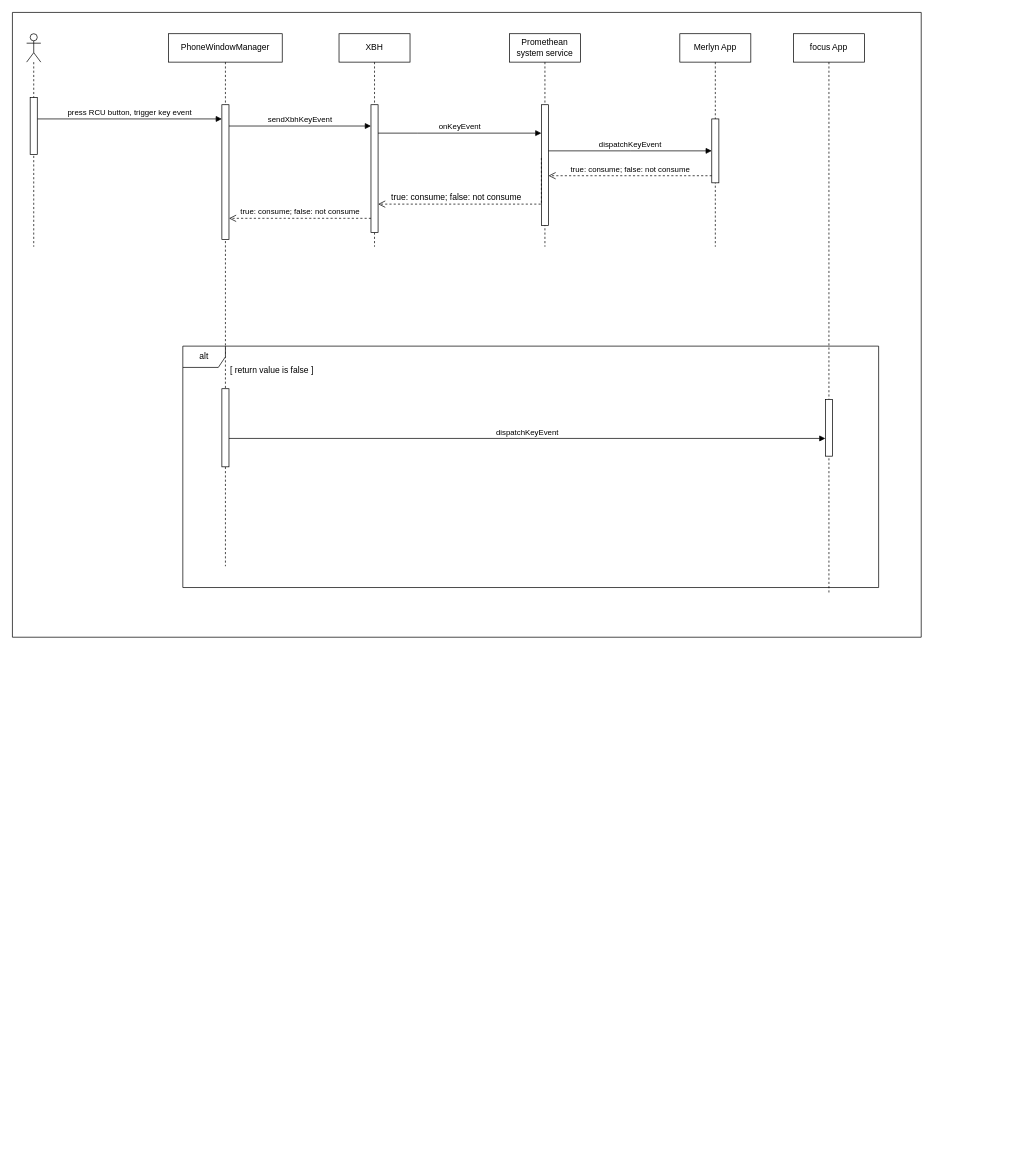
Earlier version of the draw.io diagram prometheanworld_RCU.drawio (windboat/draw.io). Source tidied: cells renumbered, new cells numbered last; positions are measured from the earlier drawing's top-left corner, leaving out a move shared by most shapes. Both pictures are drawn from the tidied source at 71%, with x=0, y=0 at pixel (12, 12).
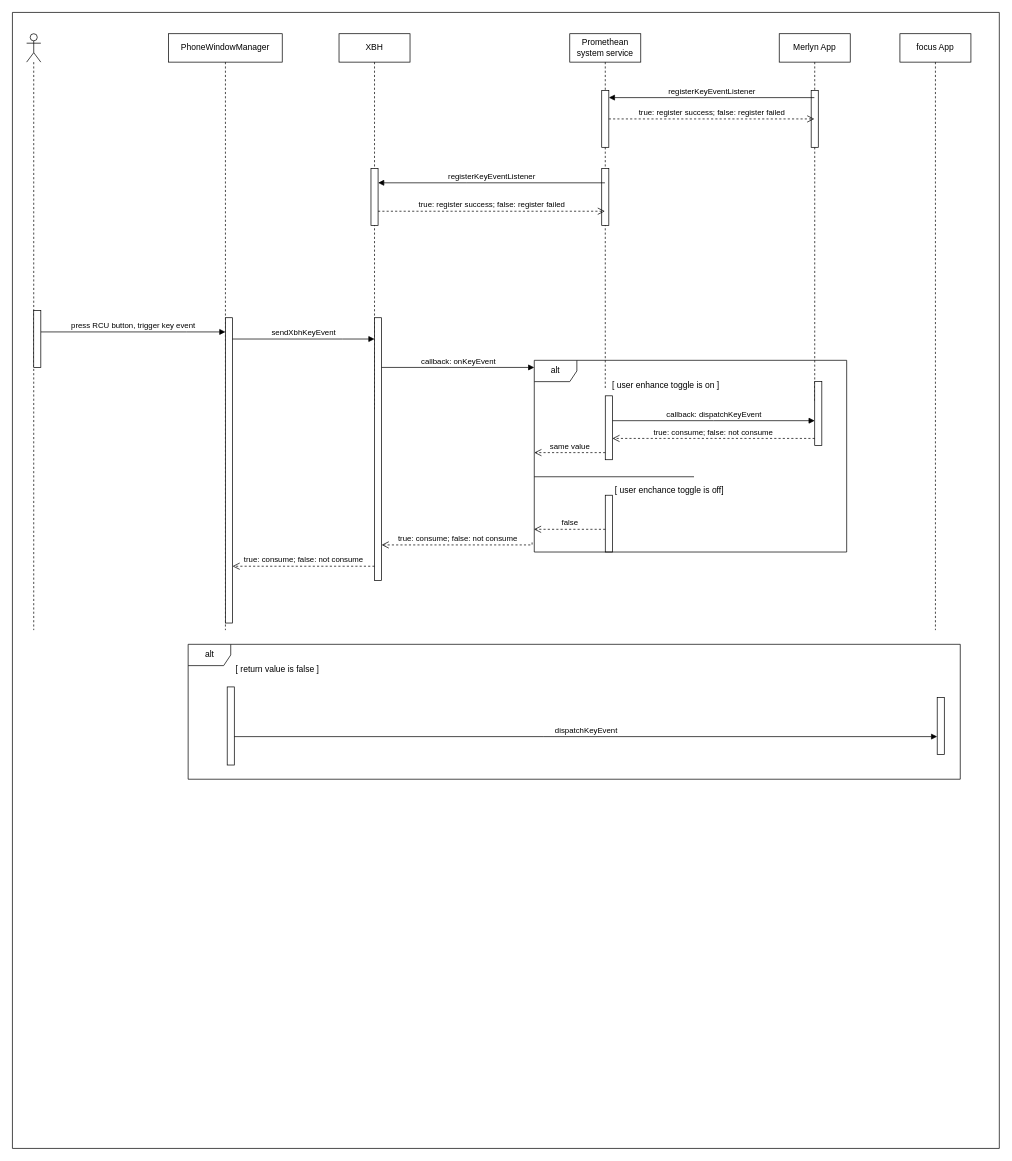
The same page after the edit.

Diff of the diagram source:
```diff
@@
     <mxCell id="2" value="PhoneWindowManager" style="shape=umlLifeline;perimeter=lifelinePerimeter;whiteSpace=wrap;html=1;newEdgeStyle={&quot;edgeStyle&quot;:&quot;elbowEdgeStyle&quot;,&quot;elbow&quot;:&quot;vertical&quot;,&quot;curved&quot;:0,&quot;rounded&quot;:0};" parent="1" vertex="1">
-      <mxGeometry x="220" y="30" width="160" height="750" as="geometry" />
+      <mxGeometry x="220" y="30" width="160" height="840" as="geometry" />
     </mxCell>
+    <mxCell id="4" style="shape=umlLifeline;perimeter=lifelinePerimeter;whiteSpace=wrap;html=1;outlineConnect=0;portConstraint=eastwest;newEdgeStyle={&quot;edgeStyle&quot;:&quot;elbowEdgeStyle&quot;,&quot;elbow&quot;:&quot;vertical&quot;,&quot;curved&quot;:0,&quot;rounded&quot;:0};participant=umlActor;" parent="1" vertex="1">
+      <mxGeometry x="20" y="30" width="20" height="840" as="geometry" />
+    </mxCell>
+    <mxCell id="8" value="XBH" style="shape=umlLifeline;perimeter=lifelinePerimeter;whiteSpace=wrap;html=1;newEdgeStyle={&quot;edgeStyle&quot;:&quot;elbowEdgeStyle&quot;,&quot;elbow&quot;:&quot;vertical&quot;,&quot;curved&quot;:0,&quot;rounded&quot;:0};" parent="1" vertex="1">
+      <mxGeometry x="460" y="30" width="100" height="530" as="geometry" />
+    </mxCell>
+    <mxCell id="28" style="html=1;points=[];perimeter=orthogonalPerimeter;outlineConnect=0;targetShapes=umlLifeline;portConstraint=eastwest;newEdgeStyle={&quot;edgeStyle&quot;:&quot;elbowEdgeStyle&quot;,&quot;elbow&quot;:&quot;vertical&quot;,&quot;curved&quot;:0,&quot;rounded&quot;:0};fillStyle=auto;strokeColor=default;gradientColor=none;" parent="8" vertex="1">
+      <mxGeometry x="45" y="190" width="10" height="80" as="geometry" />
+    </mxCell>
+    <mxCell id="19" value="focus App" style="shape=umlLifeline;perimeter=lifelinePerimeter;whiteSpace=wrap;html=1;newEdgeStyle={&quot;edgeStyle&quot;:&quot;elbowEdgeStyle&quot;,&quot;elbow&quot;:&quot;vertical&quot;,&quot;curved&quot;:0,&quot;rounded&quot;:0};" parent="1" vertex="1">
+      <mxGeometry x="1250" y="30" width="100" height="840" as="geometry" />
+    </mxCell>
+    <mxCell id="27" style="swimlane;startSize=0;fillStyle=auto;strokeColor=default;gradientColor=default;" parent="1" vertex="1">
+      <mxGeometry width="1390" height="1600" as="geometry" />
+    </mxCell>
+    <mxCell id="13" value="Promethean system service" style="shape=umlLifeline;perimeter=lifelinePerimeter;whiteSpace=wrap;html=1;outlineConnect=0;portConstraint=eastwest;newEdgeStyle={&quot;edgeStyle&quot;:&quot;elbowEdgeStyle&quot;,&quot;elbow&quot;:&quot;vertical&quot;,&quot;curved&quot;:0,&quot;rounded&quot;:0};" parent="27" vertex="1">
+      <mxGeometry x="785" y="30" width="100" height="500" as="geometry" />
+    </mxCell>
+    <mxCell id="29" style="html=1;points=[];perimeter=orthogonalPerimeter;outlineConnect=0;targetShapes=umlLifeline;portConstraint=eastwest;newEdgeStyle={&quot;edgeStyle&quot;:&quot;elbowEdgeStyle&quot;,&quot;elbow&quot;:&quot;vertical&quot;,&quot;curved&quot;:0,&quot;rounded&quot;:0};fillStyle=auto;strokeColor=default;gradientColor=none;" parent="13" vertex="1">
+      <mxGeometry x="45" y="80" width="10" height="80" as="geometry" />
+    </mxCell>
+    <mxCell id="30" style="html=1;perimeter=orthogonalPerimeter;targetShapes=umlLifeline;newEdgeStyle={&quot;edgeStyle&quot;:&quot;elbowEdgeStyle&quot;,&quot;elbow&quot;:&quot;vertical&quot;,&quot;curved&quot;:0,&quot;rounded&quot;:0};fillStyle=auto;strokeColor=default;gradientColor=none;" parent="13" vertex="1">
+      <mxGeometry x="45" y="190" width="10" height="80" as="geometry" />
+    </mxCell>
+    <mxCell id="17" value="Merlyn App" style="shape=umlLifeline;perimeter=lifelinePerimeter;whiteSpace=wrap;html=1;outlineConnect=0;portConstraint=eastwest;newEdgeStyle={&quot;edgeStyle&quot;:&quot;elbowEdgeStyle&quot;,&quot;elbow&quot;:&quot;vertical&quot;,&quot;curved&quot;:0,&quot;rounded&quot;:0};" parent="27" vertex="1">
+      <mxGeometry x="1080" y="30" width="100" height="520" as="geometry" />
+    </mxCell>
+    <mxCell id="31" style="html=1;perimeter=orthogonalPerimeter;targetShapes=umlLifeline;newEdgeStyle={&quot;edgeStyle&quot;:&quot;elbowEdgeStyle&quot;,&quot;elbow&quot;:&quot;vertical&quot;,&quot;curved&quot;:0,&quot;rounded&quot;:0};fillStyle=auto;strokeColor=default;gradientColor=none;" parent="17" vertex="1">
+      <mxGeometry x="45" y="80" width="10" height="80" as="geometry" />
+    </mxCell>
-    <mxCell id="3" style="html=1;points=[];perimeter=orthogonalPerimeter;outlineConnect=0;targetShapes=umlLifeline;portConstraint=eastwest;newEdgeStyle={&quot;edgeStyle&quot;:&quot;elbowEdgeStyle&quot;,&quot;elbow&quot;:&quot;vertical&quot;,&quot;curved&quot;:0,&quot;rounded&quot;:0};" parent="2" vertex="1">
-      <mxGeometry x="75" y="100" width="10" height="190" as="geometry" />
+    <mxCell id="3" style="html=1;points=[];perimeter=orthogonalPerimeter;outlineConnect=0;targetShapes=umlLifeline;portConstraint=eastwest;newEdgeStyle={&quot;edgeStyle&quot;:&quot;elbowEdgeStyle&quot;,&quot;elbow&quot;:&quot;vertical&quot;,&quot;curved&quot;:0,&quot;rounded&quot;:0};" parent="27" vertex="1">
+      <mxGeometry x="300" y="430" width="10" height="430" as="geometry" />
     </mxCell>
-    <mxCell id="4" style="shape=umlLifeline;perimeter=lifelinePerimeter;whiteSpace=wrap;html=1;outlineConnect=0;portConstraint=eastwest;newEdgeStyle={&quot;edgeStyle&quot;:&quot;elbowEdgeStyle&quot;,&quot;elbow&quot;:&quot;vertical&quot;,&quot;curved&quot;:0,&quot;rounded&quot;:0};participant=umlActor;" parent="1" vertex="1">
-      <mxGeometry x="20" y="30" width="20" height="300" as="geometry" />
-    </mxCell>
-    <mxCell id="5" value="press RCU button, trigger key event" style="html=1;verticalAlign=bottom;endArrow=block;edgeStyle=elbowEdgeStyle;elbow=vertical;curved=0;rounded=0;startArrow=none;" parent="1" edge="1" source="7" target="3">
+    <mxCell id="5" value="press RCU button, trigger key event" style="html=1;verticalAlign=bottom;endArrow=block;edgeStyle=elbowEdgeStyle;elbow=vertical;curved=0;rounded=0;startArrow=none;" parent="27" edge="1" source="7" target="3">
       <mxGeometry relative="1" as="geometry">
         <Array as="points">
-          <mxPoint x="240" y="150" />
+          <mxPoint x="245" y="450" />
         </Array>
       </mxGeometry>
     </mxCell>
-    <mxCell id="6" style="html=1;verticalAlign=bottom;endArrow=none;edgeStyle=elbowEdgeStyle;elbow=vertical;curved=0;rounded=0;" parent="1" edge="1" source="4" target="7">
-      <mxGeometry relative="1" as="geometry" />
+    <mxCell id="6" style="html=1;verticalAlign=bottom;endArrow=none;edgeStyle=elbowEdgeStyle;elbow=vertical;curved=0;rounded=0;" parent="27" edge="1" target="7">
+      <mxGeometry relative="1" as="geometry">
+        <mxPoint x="33.3" y="461.1" as="sourcePoint" />
+      </mxGeometry>
     </mxCell>
-    <mxCell id="7" style="html=1;points=[];perimeter=orthogonalPerimeter;outlineConnect=0;targetShapes=umlLifeline;portConstraint=eastwest;newEdgeStyle={&quot;edgeStyle&quot;:&quot;elbowEdgeStyle&quot;,&quot;elbow&quot;:&quot;vertical&quot;,&quot;curved&quot;:0,&quot;rounded&quot;:0};" parent="1" vertex="1">
-      <mxGeometry x="25" y="120" width="10" height="80" as="geometry" />
+    <mxCell id="7" style="html=1;points=[];perimeter=orthogonalPerimeter;outlineConnect=0;targetShapes=umlLifeline;portConstraint=eastwest;newEdgeStyle={&quot;edgeStyle&quot;:&quot;elbowEdgeStyle&quot;,&quot;elbow&quot;:&quot;vertical&quot;,&quot;curved&quot;:0,&quot;rounded&quot;:0};" parent="27" vertex="1">
+      <mxGeometry x="30" y="420" width="10" height="80" as="geometry" />
     </mxCell>
-    <mxCell id="8" value="XBH" style="shape=umlLifeline;perimeter=lifelinePerimeter;whiteSpace=wrap;html=1;newEdgeStyle={&quot;edgeStyle&quot;:&quot;elbowEdgeStyle&quot;,&quot;elbow&quot;:&quot;vertical&quot;,&quot;curved&quot;:0,&quot;rounded&quot;:0};" parent="1" vertex="1">
-      <mxGeometry x="460" y="30" width="100" height="300" as="geometry" />
-    </mxCell>
-    <mxCell id="9" style="html=1;points=[];perimeter=orthogonalPerimeter;outlineConnect=0;targetShapes=umlLifeline;portConstraint=eastwest;newEdgeStyle={&quot;edgeStyle&quot;:&quot;elbowEdgeStyle&quot;,&quot;elbow&quot;:&quot;vertical&quot;,&quot;curved&quot;:0,&quot;rounded&quot;:0};" parent="8" vertex="1">
-      <mxGeometry x="45" y="100" width="10" height="180" as="geometry" />
+    <mxCell id="9" style="html=1;points=[];perimeter=orthogonalPerimeter;outlineConnect=0;targetShapes=umlLifeline;portConstraint=eastwest;newEdgeStyle={&quot;edgeStyle&quot;:&quot;elbowEdgeStyle&quot;,&quot;elbow&quot;:&quot;vertical&quot;,&quot;curved&quot;:0,&quot;rounded&quot;:0};" parent="27" vertex="1">
+      <mxGeometry x="510" y="430" width="10" height="370" as="geometry" />
     </mxCell>
-    <mxCell id="10" value="sendXbhKeyEvent" style="html=1;verticalAlign=bottom;endArrow=block;edgeStyle=elbowEdgeStyle;elbow=vertical;curved=0;rounded=0;" parent="1" edge="1" source="3" target="9">
+    <mxCell id="10" value="sendXbhKeyEvent" style="html=1;verticalAlign=bottom;endArrow=block;edgeStyle=elbowEdgeStyle;elbow=vertical;curved=0;rounded=0;" parent="27" edge="1" source="3" target="9">
       <mxGeometry relative="1" as="geometry">
         <Array as="points">
-          <mxPoint x="460" y="160" />
+          <mxPoint x="465" y="460" />
         </Array>
       </mxGeometry>
     </mxCell>
-    <mxCell id="11" value="true: consume; false: not consume" style="html=1;verticalAlign=bottom;endArrow=open;dashed=1;endSize=8;edgeStyle=elbowEdgeStyle;elbow=vertical;curved=0;rounded=0;" parent="1" edge="1" source="9" target="3">
+    <mxCell id="11" value="true: consume; false: not consume" style="html=1;verticalAlign=bottom;endArrow=open;dashed=1;endSize=8;edgeStyle=elbowEdgeStyle;elbow=vertical;curved=0;rounded=0;" parent="27" edge="1" source="9" target="3">
       <mxGeometry relative="1" as="geometry">
         <Array as="points">
-          <mxPoint x="410" y="290" />
-          <mxPoint x="390" y="260" />
-          <mxPoint x="420" y="190" />
+          <mxPoint x="405" y="780" />
+          <mxPoint x="395" y="560" />
+          <mxPoint x="425" y="490" />
         </Array>
       </mxGeometry>
     </mxCell>
-    <mxCell id="12" style="html=1;points=[];perimeter=orthogonalPerimeter;outlineConnect=0;targetShapes=umlLifeline;portConstraint=eastwest;newEdgeStyle={&quot;edgeStyle&quot;:&quot;elbowEdgeStyle&quot;,&quot;elbow&quot;:&quot;vertical&quot;,&quot;curved&quot;:0,&quot;rounded&quot;:0};" parent="1" vertex="1">
-      <mxGeometry x="295" y="530" width="10" height="110" as="geometry" />
-    </mxCell>
-    <mxCell id="13" value="Promethean system service" style="shape=umlLifeline;perimeter=lifelinePerimeter;whiteSpace=wrap;html=1;outlineConnect=0;portConstraint=eastwest;newEdgeStyle={&quot;edgeStyle&quot;:&quot;elbowEdgeStyle&quot;,&quot;elbow&quot;:&quot;vertical&quot;,&quot;curved&quot;:0,&quot;rounded&quot;:0};" parent="1" vertex="1">
-      <mxGeometry x="700" y="30" width="100" height="300" as="geometry" />
-    </mxCell>
-    <mxCell id="14" style="html=1;points=[];perimeter=orthogonalPerimeter;outlineConnect=0;targetShapes=umlLifeline;portConstraint=eastwest;newEdgeStyle={&quot;edgeStyle&quot;:&quot;elbowEdgeStyle&quot;,&quot;elbow&quot;:&quot;vertical&quot;,&quot;curved&quot;:0,&quot;rounded&quot;:0};" parent="13" vertex="1">
-      <mxGeometry x="45" y="100" width="10" height="170" as="geometry" />
-    </mxCell>
-    <mxCell id="15" style="html=1;verticalAlign=bottom;endArrow=open;dashed=1;endSize=8;edgeStyle=elbowEdgeStyle;elbow=vertical;curved=0;rounded=0;" parent="13" edge="1" target="9">
-      <mxGeometry relative="1" as="geometry">
-        <mxPoint x="45" y="175" as="sourcePoint" />
-        <Array as="points">
-          <mxPoint x="-60" y="240" />
-          <mxPoint x="-60" y="210" />
-        </Array>
-      </mxGeometry>
-    </mxCell>
-    <mxCell id="16" value="onKeyEvent" style="html=1;verticalAlign=bottom;endArrow=block;edgeStyle=elbowEdgeStyle;elbow=vertical;curved=0;rounded=0;" parent="1" edge="1" source="9" target="14">
+    <mxCell id="16" value="callback: onKeyEvent" style="html=1;verticalAlign=bottom;endArrow=block;edgeStyle=elbowEdgeStyle;elbow=vertical;curved=0;rounded=0;" parent="27" edge="1" source="9" target="33">
       <mxGeometry relative="1" as="geometry">
         <Array as="points">
-          <mxPoint x="570" y="170" />
-          <mxPoint x="640" y="150" />
+          <mxPoint x="665" y="500" />
+          <mxPoint x="645" y="450" />
         </Array>
       </mxGeometry>
     </mxCell>
-    <mxCell id="17" value="Merlyn App" style="shape=umlLifeline;perimeter=lifelinePerimeter;whiteSpace=wrap;html=1;outlineConnect=0;portConstraint=eastwest;newEdgeStyle={&quot;edgeStyle&quot;:&quot;elbowEdgeStyle&quot;,&quot;elbow&quot;:&quot;vertical&quot;,&quot;curved&quot;:0,&quot;rounded&quot;:0};" parent="1" vertex="1">
-      <mxGeometry x="940" y="30" width="100" height="300" as="geometry" />
-    </mxCell>
+    <mxCell id="32" style="html=1;points=[];perimeter=orthogonalPerimeter;outlineConnect=0;targetShapes=umlLifeline;portConstraint=eastwest;newEdgeStyle={&quot;edgeStyle&quot;:&quot;elbowEdgeStyle&quot;,&quot;elbow&quot;:&quot;vertical&quot;,&quot;curved&quot;:0,&quot;rounded&quot;:0};fillStyle=auto;strokeColor=default;gradientColor=none;" parent="27" vertex="1">
+      <mxGeometry x="835" y="680" width="10" height="80" as="geometry" />
+    </mxCell>
-    <mxCell id="18" style="html=1;points=[];perimeter=orthogonalPerimeter;outlineConnect=0;targetShapes=umlLifeline;portConstraint=eastwest;newEdgeStyle={&quot;edgeStyle&quot;:&quot;elbowEdgeStyle&quot;,&quot;elbow&quot;:&quot;vertical&quot;,&quot;curved&quot;:0,&quot;rounded&quot;:0};" parent="17" vertex="1">
-      <mxGeometry x="45" y="120" width="10" height="90" as="geometry" />
+    <mxCell id="18" style="html=1;points=[];perimeter=orthogonalPerimeter;outlineConnect=0;targetShapes=umlLifeline;portConstraint=eastwest;newEdgeStyle={&quot;edgeStyle&quot;:&quot;elbowEdgeStyle&quot;,&quot;elbow&quot;:&quot;vertical&quot;,&quot;curved&quot;:0,&quot;rounded&quot;:0};" parent="27" vertex="1">
+      <mxGeometry x="1130" y="520" width="10" height="90" as="geometry" />
     </mxCell>
-    <mxCell id="19" value="focus App" style="shape=umlLifeline;perimeter=lifelinePerimeter;whiteSpace=wrap;html=1;newEdgeStyle={&quot;edgeStyle&quot;:&quot;elbowEdgeStyle&quot;,&quot;elbow&quot;:&quot;vertical&quot;,&quot;curved&quot;:0,&quot;rounded&quot;:0};" parent="1" vertex="1">
-      <mxGeometry x="1100" y="30" width="100" height="790" as="geometry" />
-    </mxCell>
-    <mxCell id="20" style="html=1;points=[];perimeter=orthogonalPerimeter;outlineConnect=0;targetShapes=umlLifeline;portConstraint=eastwest;newEdgeStyle={&quot;edgeStyle&quot;:&quot;elbowEdgeStyle&quot;,&quot;elbow&quot;:&quot;vertical&quot;,&quot;curved&quot;:0,&quot;rounded&quot;:0};" parent="19" vertex="1">
-      <mxGeometry x="45" y="515" width="10" height="80" as="geometry" />
-    </mxCell>
-    <mxCell id="21" value="dispatchKeyEvent" style="html=1;verticalAlign=bottom;endArrow=block;edgeStyle=elbowEdgeStyle;elbow=vertical;curved=0;rounded=0;" parent="1" edge="1" source="14" target="18">
+    <mxCell id="21" value="callback: dispatchKeyEvent" style="html=1;verticalAlign=bottom;endArrow=block;edgeStyle=elbowEdgeStyle;elbow=vertical;curved=0;rounded=0;" parent="27" edge="1" source="14" target="18">
       <mxGeometry relative="1" as="geometry" />
     </mxCell>
-    <mxCell id="22" value="true: consume; false: not consume" style="html=1;verticalAlign=bottom;endArrow=open;dashed=1;endSize=8;edgeStyle=elbowEdgeStyle;elbow=vertical;curved=0;rounded=0;" parent="1" edge="1" source="18" target="14">
+    <mxCell id="22" value="true: consume; false: not consume" style="html=1;verticalAlign=bottom;endArrow=open;dashed=1;endSize=8;edgeStyle=elbowEdgeStyle;elbow=vertical;curved=0;rounded=0;" parent="27" edge="1" source="18" target="14">
       <mxGeometry relative="1" as="geometry">
         <Array as="points">
-          <mxPoint x="820" y="230" />
+          <mxPoint x="895" y="600" />
+          <mxPoint x="925" y="590" />
         </Array>
       </mxGeometry>
     </mxCell>
+    <mxCell id="33" value="alt" style="shape=umlFrame;whiteSpace=wrap;html=1;fillStyle=auto;strokeColor=default;gradientColor=none;" parent="27" vertex="1">
+      <mxGeometry x="735" y="490" width="440" height="270" as="geometry" />
+    </mxCell>
+    <mxCell id="14" style="html=1;points=[];perimeter=orthogonalPerimeter;outlineConnect=0;targetShapes=umlLifeline;portConstraint=eastwest;newEdgeStyle={&quot;edgeStyle&quot;:&quot;elbowEdgeStyle&quot;,&quot;elbow&quot;:&quot;vertical&quot;,&quot;curved&quot;:0,&quot;rounded&quot;:0};" parent="27" vertex="1">
+      <mxGeometry x="835" y="540" width="10" height="90" as="geometry" />
+    </mxCell>
+    <mxCell id="34" value="[ user enhance toggle is on ]" style="text;html=1;align=center;verticalAlign=middle;strokeColor=none;fillColor=none;" parent="27" vertex="1">
+      <mxGeometry x="835" y="510" width="170" height="30" as="geometry" />
+    </mxCell>
+    <mxCell id="35" style="line;strokeWidth=1;fillColor=none;align=left;verticalAlign=middle;spacingTop=-1;spacingLeft=3;spacingRight=3;labelPosition=right;strokeColor=inherit;fillStyle=auto;" parent="27" vertex="1">
+      <mxGeometry x="735" y="650" width="225" height="8" as="geometry" />
+    </mxCell>
+    <mxCell id="36" value="[ user enchance toggle is off]" style="text;html=1;align=center;verticalAlign=middle;strokeColor=none;fillColor=none;" parent="27" vertex="1">
+      <mxGeometry x="835" y="658" width="180" height="30" as="geometry" />
+    </mxCell>
+    <mxCell id="37" value="false" style="html=1;verticalAlign=bottom;endArrow=open;dashed=1;endSize=8;edgeStyle=elbowEdgeStyle;elbow=vertical;curved=0;rounded=0;entryX=-0.001;entryY=0.882;entryDx=0;entryDy=0;entryPerimeter=0;" parent="27" edge="1" source="32" target="33">
+      <mxGeometry relative="1" as="geometry" />
+    </mxCell>
+    <mxCell id="38" value="same value" style="html=1;verticalAlign=bottom;endArrow=open;dashed=1;endSize=8;edgeStyle=elbowEdgeStyle;elbow=vertical;curved=0;rounded=0;entryX=0;entryY=0.481;entryDx=0;entryDy=0;entryPerimeter=0;" parent="27" edge="1" source="14" target="33">
+      <mxGeometry relative="1" as="geometry">
+        <Array as="points">
+          <mxPoint x="820" y="620" />
+        </Array>
+      </mxGeometry>
+    </mxCell>
+    <mxCell id="12" style="html=1;points=[];perimeter=orthogonalPerimeter;outlineConnect=0;targetShapes=umlLifeline;portConstraint=eastwest;newEdgeStyle={&quot;edgeStyle&quot;:&quot;elbowEdgeStyle&quot;,&quot;elbow&quot;:&quot;vertical&quot;,&quot;curved&quot;:0,&quot;rounded&quot;:0};" parent="27" vertex="1">
+      <mxGeometry x="302.5" y="950" width="10" height="110" as="geometry" />
+    </mxCell>
+    <mxCell id="20" style="html=1;points=[];perimeter=orthogonalPerimeter;outlineConnect=0;targetShapes=umlLifeline;portConstraint=eastwest;newEdgeStyle={&quot;edgeStyle&quot;:&quot;elbowEdgeStyle&quot;,&quot;elbow&quot;:&quot;vertical&quot;,&quot;curved&quot;:0,&quot;rounded&quot;:0};" parent="27" vertex="1">
+      <mxGeometry x="1302.5" y="965" width="10" height="80" as="geometry" />
+    </mxCell>
-    <mxCell id="23" value="dispatchKeyEvent" style="html=1;verticalAlign=bottom;endArrow=block;edgeStyle=elbowEdgeStyle;elbow=vertical;curved=0;rounded=0;" parent="1" edge="1" source="12" target="20">
+    <mxCell id="23" value="dispatchKeyEvent" style="html=1;verticalAlign=bottom;endArrow=block;edgeStyle=elbowEdgeStyle;elbow=vertical;curved=0;rounded=0;" parent="27" edge="1" source="12" target="20">
       <mxGeometry relative="1" as="geometry">
         <Array as="points">
-          <mxPoint x="740" y="600" />
+          <mxPoint x="747.5" y="1020" />
         </Array>
       </mxGeometry>
     </mxCell>
-    <mxCell id="24" value="alt" style="shape=umlFrame;whiteSpace=wrap;html=1;" parent="1" vertex="1">
-      <mxGeometry x="240" y="470" width="980" height="340" as="geometry" />
+    <mxCell id="24" value="alt" style="shape=umlFrame;whiteSpace=wrap;html=1;" parent="27" vertex="1">
+      <mxGeometry x="247.5" y="890" width="1087.5" height="190" as="geometry" />
     </mxCell>
-    <mxCell id="25" value="[ return value is false ]" style="text;html=1;align=center;verticalAlign=middle;strokeColor=none;fillColor=none;" parent="1" vertex="1">
-      <mxGeometry x="295" y="490" width="140" height="30" as="geometry" />
+    <mxCell id="25" value="[ return value is false ]" style="text;html=1;align=center;verticalAlign=middle;strokeColor=none;fillColor=none;" parent="27" vertex="1">
+      <mxGeometry x="302.5" y="910" width="140" height="30" as="geometry" />
     </mxCell>
-    <mxCell id="26" value="true: consume; false: not consume" style="text;html=1;align=center;verticalAlign=middle;strokeColor=none;fillColor=none;" parent="1" vertex="1">
-      <mxGeometry x="520" y="245" width="210" height="30" as="geometry" />
+    <mxCell id="26" value="true: consume; false: not consume" style="html=1;verticalAlign=bottom;endArrow=open;dashed=1;endSize=8;edgeStyle=elbowEdgeStyle;elbow=vertical;curved=0;rounded=0;exitX=-0.007;exitY=0.95;exitDx=0;exitDy=0;exitPerimeter=0;" parent="27" edge="1" source="33" target="9">
+      <mxGeometry relative="1" as="geometry">
+        <Array as="points">
+          <mxPoint x="575" y="750" />
+          <mxPoint x="575" y="760" />
+          <mxPoint x="735" y="761" />
+        </Array>
+      </mxGeometry>
     </mxCell>
-    <mxCell id="27" style="swimlane;startSize=0;fillStyle=auto;strokeColor=default;gradientColor=default;" parent="1" vertex="1">
-      <mxGeometry width="1280" height="880" as="geometry" />
-    </mxCell>
+    <mxCell id="39" value="registerKeyEventListener" style="html=1;verticalAlign=bottom;endArrow=block;edgeStyle=elbowEdgeStyle;elbow=vertical;curved=0;rounded=0;" parent="27" edge="1" source="17" target="29">
+      <mxGeometry relative="1" as="geometry">
+        <Array as="points">
+          <mxPoint x="1040" y="120" />
+        </Array>
+      </mxGeometry>
+    </mxCell>
+    <mxCell id="40" value="true: register success; false: register failed" style="html=1;verticalAlign=bottom;endArrow=open;dashed=1;endSize=8;edgeStyle=elbowEdgeStyle;elbow=vertical;curved=0;rounded=0;" parent="27" edge="1" source="29" target="17">
+      <mxGeometry relative="1" as="geometry" />
+    </mxCell>
+    <mxCell id="41" value="registerKeyEventListener" style="html=1;verticalAlign=bottom;endArrow=block;edgeStyle=elbowEdgeStyle;elbow=vertical;curved=0;rounded=0;" parent="1" edge="1" source="13" target="28">
+      <mxGeometry relative="1" as="geometry">
+        <Array as="points">
+          <mxPoint x="640" y="240" />
+        </Array>
+      </mxGeometry>
+    </mxCell>
+    <mxCell id="42" value="true: register success; false: register failed" style="html=1;verticalAlign=bottom;endArrow=open;dashed=1;endSize=8;edgeStyle=elbowEdgeStyle;elbow=vertical;curved=0;rounded=0;" parent="1" edge="1" source="28" target="13">
+      <mxGeometry relative="1" as="geometry">
+        <Array as="points">
+          <mxPoint x="690" y="280" />
+        </Array>
+      </mxGeometry>
+    </mxCell>
```
